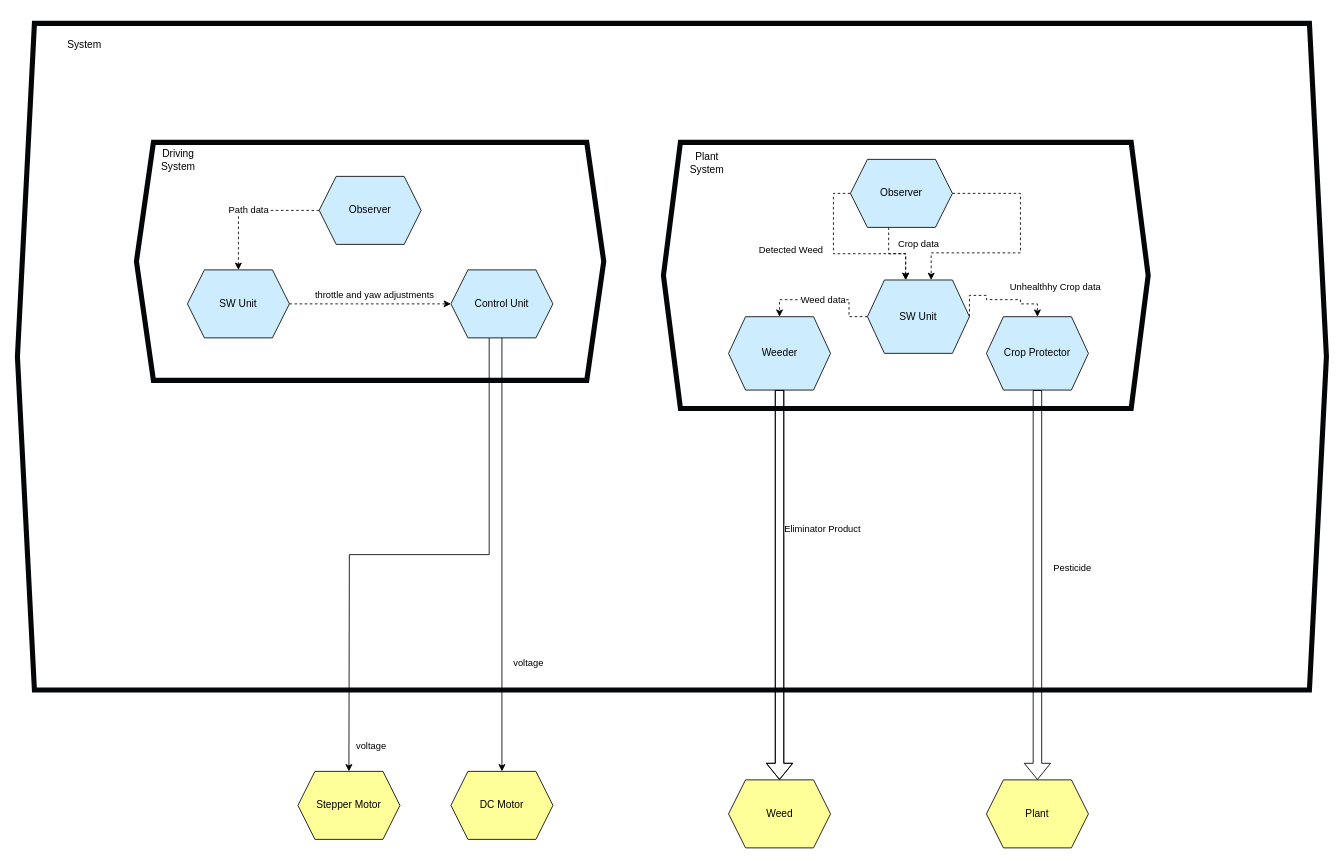
LF-RoGu/MSE_2024 keeps this draw.io diagram as Documentation/editable/CONSENS Active Structure.drawio. Above is the earlier version. Source tidied: cells renumbered, new cells numbered last; positions are measured from the earlier drawing's top-left corner, leaving out a move shared by most shapes. Both pictures are drawn from the tidied source at 85%, with x=0, y=0 at pixel (17, 14).
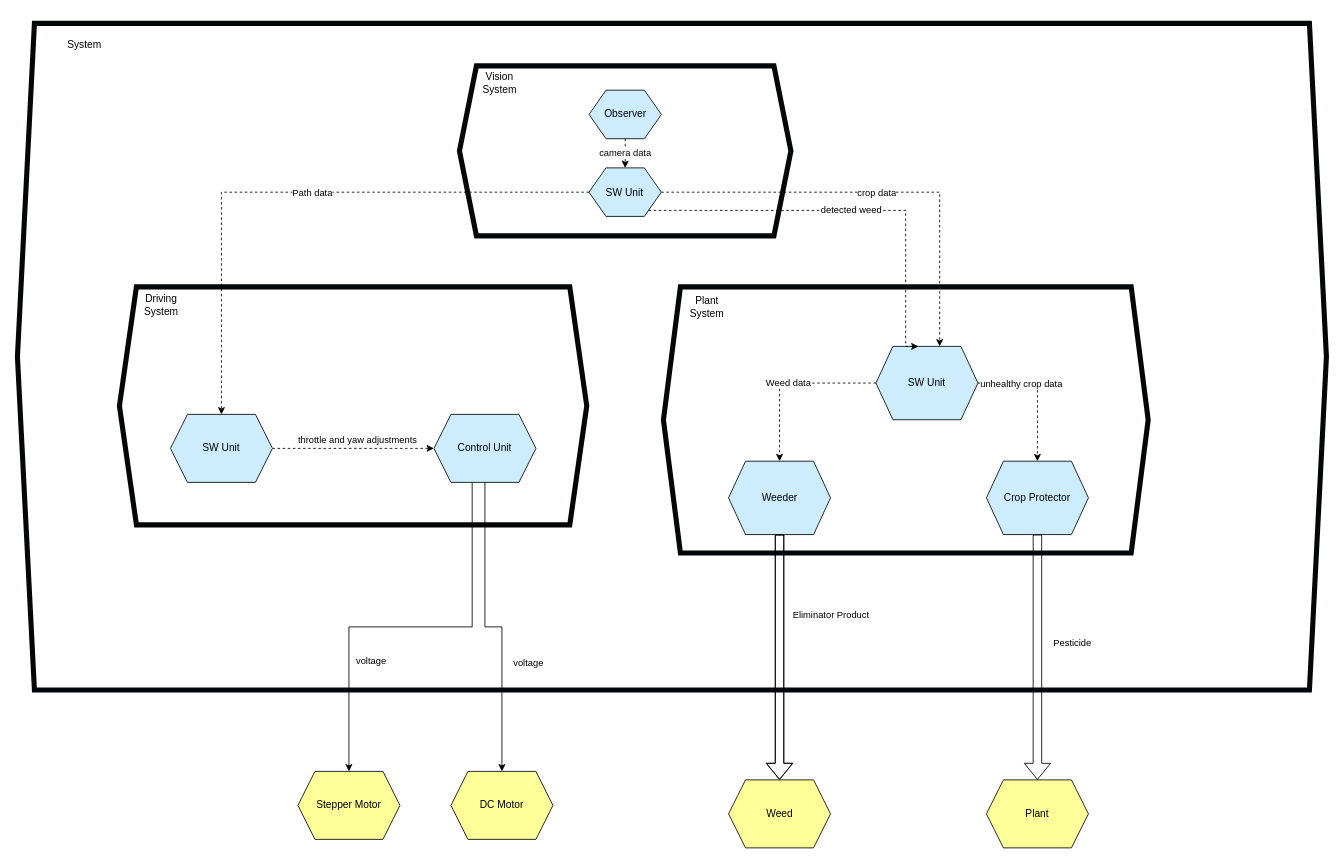
The same diagram, later.

The change refers to these unchanged cells:
```xml
<mxCell id="2" style="shape=hexagon;perimeter=hexagonPerimeter2;whiteSpace=wrap;html=1;fixedSize=1;fillColor=none;strokeColor=#040608;strokeWidth=6;perimeterSpacing=15;rounded=0;shadow=0;fixDash=0;backgroundOutline=0;" parent="1" vertex="1">
  <mxGeometry y="10" width="1540" height="784.3" as="geometry" />
</mxCell>
<mxCell id="11" value="Crop Protector" style="shape=hexagon;perimeter=hexagonPerimeter2;whiteSpace=wrap;html=1;fixedSize=1;fillColor=#cdedff;strokeColor=#040608;" parent="4" vertex="1">
  <mxGeometry x="380" y="205.1" width="120" height="86.3" as="geometry" />
</mxCell>
<mxCell id="18" value="Control Unit" style="shape=hexagon;perimeter=hexagonPerimeter2;whiteSpace=wrap;html=1;fixedSize=1;fillColor=#cdedff;strokeColor=#040608;" parent="12" vertex="1">
  <mxGeometry x="370" y="150" width="120" height="80" as="geometry" />
</mxCell>
<mxCell id="20" value="SW Unit" style="shape=hexagon;perimeter=hexagonPerimeter2;whiteSpace=wrap;html=1;fixedSize=1;fillColor=#cdedff;strokeColor=#040608;" parent="12" vertex="1">
  <mxGeometry x="60" y="150" width="120" height="80" as="geometry" />
</mxCell>
<mxCell id="27" style="edgeStyle=orthogonalEdgeStyle;rounded=0;jettySize=auto;html=1;entryX=0.5;entryY=0;entryDx=0;entryDy=0;shape=flexArrow;" parent="1" edge="1" source="10" target="29">
  <mxGeometry relative="1" as="geometry" />
</mxCell>
<mxCell id="30" value="DC Motor" style="shape=hexagon;perimeter=hexagonPerimeter2;whiteSpace=wrap;html=1;fixedSize=1;fillColor=#ffff99;strokeColor=#040608;" parent="1" vertex="1">
  <mxGeometry x="510" y="890" width="120" height="80" as="geometry" />
</mxCell>
<mxCell id="33" value="Stepper Motor" style="shape=hexagon;perimeter=hexagonPerimeter2;whiteSpace=wrap;html=1;fixedSize=1;fillColor=#ffff99;strokeColor=#040608;" parent="1" vertex="1">
  <mxGeometry x="330" y="890" width="120" height="80" as="geometry" />
</mxCell>
```

Diff of the diagram source:
```diff
@@
     <mxCell id="4" style="shape=hexagon;perimeter=hexagonPerimeter2;whiteSpace=wrap;html=1;fixedSize=1;fillColor=none;strokeColor=#040608;strokeWidth=6;perimeterSpacing=15;rounded=0;shadow=0;fixDash=0;backgroundOutline=0;" parent="2" vertex="1">
-      <mxGeometry x="760" y="140" width="570.3" height="313" as="geometry" />
+      <mxGeometry x="760" y="310" width="570.3" height="313" as="geometry" />
     </mxCell>
@@
-    <mxCell id="7" style="edgeStyle=orthogonalEdgeStyle;rounded=0;jettySize=auto;html=1;exitX=1;exitY=0.5;exitDx=0;exitDy=0;entryX=0.5;entryY=0;entryDx=0;entryDy=0;dashed=1;" parent="4" edge="1" source="9" target="11">
-      <mxGeometry relative="1" as="geometry">
-        <Array as="points">
-          <mxPoint x="360" y="180" />
-          <mxPoint x="380" y="180" />
-          <mxPoint x="380" y="185" />
-          <mxPoint x="420" y="185" />
-          <mxPoint x="420" y="190" />
-          <mxPoint x="440" y="190" />
-        </Array>
-      </mxGeometry>
+    <mxCell id="7" style="edgeStyle=orthogonalEdgeStyle;rounded=0;jettySize=auto;html=1;entryX=0.5;entryY=0;entryDx=0;entryDy=0;dashed=1;" parent="4" edge="1" source="9" target="11">
+      <mxGeometry relative="1" as="geometry" />
     </mxCell>
-    <mxCell id="8" value="Unhealthhy Crop data" style="edgeLabel;html=1;align=center;verticalAlign=middle;" parent="7" vertex="1">
-      <mxGeometry x="-0.31" y="2" relative="1" as="geometry">
-        <mxPoint x="78" y="-10" as="offset" />
-      </mxGeometry>
-    </mxCell>
+    <mxCell id="37" value="unhealthy crop data" style="edgeLabel;html=1;align=center;verticalAlign=middle;" parent="7" vertex="1">
+      <mxGeometry x="-0.37" relative="1" as="geometry" />
+    </mxCell>
     <mxCell id="9" value="SW Unit" style="shape=hexagon;perimeter=hexagonPerimeter2;whiteSpace=wrap;html=1;fixedSize=1;fillColor=#cdedff;strokeColor=#040608;" parent="4" vertex="1">
-      <mxGeometry x="240" y="161.9" width="120" height="86.3" as="geometry" />
+      <mxGeometry x="250" y="70" width="120" height="86.3" as="geometry" />
     </mxCell>
@@
     <mxCell id="12" style="shape=hexagon;perimeter=hexagonPerimeter2;whiteSpace=wrap;html=1;fixedSize=1;fillColor=none;strokeColor=#040608;strokeWidth=6;perimeterSpacing=15;rounded=0;shadow=0;fixDash=0;backgroundOutline=0;" parent="2" vertex="1">
-      <mxGeometry x="140" y="140" width="549.8" height="280" as="geometry" />
+      <mxGeometry x="120" y="310" width="549.8" height="280" as="geometry" />
     </mxCell>
@@
-    <mxCell id="14" value="Path data" style="edgeStyle=orthogonalEdgeStyle;rounded=0;jettySize=auto;html=1;entryX=0.5;entryY=0;entryDx=0;entryDy=0;dashed=1;" parent="12" edge="1" source="15" target="20">
-      <mxGeometry relative="1" as="geometry" />
-    </mxCell>
-    <mxCell id="15" value="Observer" style="shape=hexagon;perimeter=hexagonPerimeter2;whiteSpace=wrap;html=1;fixedSize=1;fillColor=#cdedff;strokeColor=#040608;" parent="12" vertex="1">
-      <mxGeometry x="215" y="40" width="120" height="80" as="geometry" />
-    </mxCell>
-    <mxCell id="16" style="edgeStyle=orthogonalEdgeStyle;rounded=0;jettySize=auto;html=1;exitX=0.375;exitY=1;exitDx=0;exitDy=0;startArrow=none;startFill=0;" parent="12" edge="1" source="18">
-      <mxGeometry relative="1" as="geometry">
-        <mxPoint x="250" y="740" as="targetPoint" />
-      </mxGeometry>
-    </mxCell>
-    <mxCell id="17" value="voltage" style="edgeLabel;html=1;align=center;verticalAlign=middle;" parent="16" vertex="1">
-      <mxGeometry x="0.45" y="2" relative="1" as="geometry">
-        <mxPoint x="23" y="155" as="offset" />
-      </mxGeometry>
-    </mxCell>
@@
-    <mxCell id="21" style="edgeStyle=orthogonalEdgeStyle;rounded=0;jettySize=auto;html=1;dashed=1;exitX=0;exitY=0.5;exitDx=0;exitDy=0;entryX=0.375;entryY=0;entryDx=0;entryDy=0;" parent="1" edge="1" source="25" target="9">
-      <mxGeometry relative="1" as="geometry" />
-    </mxCell>
-    <mxCell id="22" value="Detected Weed" style="edgeLabel;html=1;align=center;verticalAlign=middle;" parent="21" vertex="1">
-      <mxGeometry y="2" relative="1" as="geometry">
-        <mxPoint x="-63" y="-3" as="offset" />
-      </mxGeometry>
-    </mxCell>
-    <mxCell id="23" style="edgeStyle=orthogonalEdgeStyle;rounded=0;jettySize=auto;html=1;entryX=0.625;entryY=0;entryDx=0;entryDy=0;dashed=1;" parent="1" edge="1" source="25" target="9">
-      <mxGeometry relative="1" as="geometry">
-        <Array as="points">
-          <mxPoint x="1180" y="210" />
-          <mxPoint x="1180" y="280" />
-          <mxPoint x="1075" y="280" />
-        </Array>
-      </mxGeometry>
-    </mxCell>
-    <mxCell id="24" value="Crop data" style="edgeStyle=orthogonalEdgeStyle;rounded=0;jettySize=auto;html=1;exitX=0.375;exitY=1;exitDx=0;exitDy=0;entryX=0.375;entryY=0;entryDx=0;entryDy=0;dashed=1;" parent="1" edge="1" source="25" target="9">
-      <mxGeometry x="0.25" y="19" relative="1" as="geometry">
-        <mxPoint x="-4" y="-11" as="offset" />
-      </mxGeometry>
-    </mxCell>
-    <mxCell id="25" value="Observer" style="shape=hexagon;perimeter=hexagonPerimeter2;whiteSpace=wrap;html=1;fixedSize=1;fillColor=#cdedff;strokeColor=#040608;" parent="1" vertex="1">
-      <mxGeometry x="980" y="170" width="120" height="80" as="geometry" />
-    </mxCell>
+    <mxCell id="38" style="shape=hexagon;perimeter=hexagonPerimeter2;whiteSpace=wrap;html=1;fixedSize=1;fillColor=none;strokeColor=#040608;strokeWidth=6;perimeterSpacing=15;rounded=0;shadow=0;fixDash=0;backgroundOutline=0;" parent="2" vertex="1">
+      <mxGeometry x="520" y="50" width="390" height="200" as="geometry" />
+    </mxCell>
+    <mxCell id="39" value="Vision&lt;div&gt;System&lt;/div&gt;" style="text;html=1;align=center;verticalAlign=middle;whiteSpace=wrap;rounded=0;" parent="38" vertex="1">
+      <mxGeometry x="30" y="10.4" width="34.9" height="18.2" as="geometry" />
+    </mxCell>
+    <mxCell id="40" value="camera data" style="edgeStyle=orthogonalEdgeStyle;rounded=0;jettySize=auto;html=1;entryX=0.5;entryY=0;entryDx=0;entryDy=0;dashed=1;" parent="38" edge="1" source="41" target="42">
+      <mxGeometry relative="1" as="geometry" />
+    </mxCell>
+    <mxCell id="41" value="Observer" style="shape=hexagon;perimeter=hexagonPerimeter2;whiteSpace=wrap;html=1;fixedSize=1;fillColor=#cdedff;strokeColor=#040608;" parent="38" vertex="1">
+      <mxGeometry x="152.5" y="28.6" width="85.1" height="57.1" as="geometry" />
+    </mxCell>
+    <mxCell id="42" value="SW Unit" style="shape=hexagon;perimeter=hexagonPerimeter2;whiteSpace=wrap;html=1;fixedSize=1;fillColor=#cdedff;strokeColor=#040608;" parent="38" vertex="1">
+      <mxGeometry x="152.4" y="120" width="85.1" height="57.1" as="geometry" />
+    </mxCell>
+    <mxCell id="43" style="edgeStyle=orthogonalEdgeStyle;rounded=0;jettySize=auto;html=1;entryX=0.5;entryY=0;entryDx=0;entryDy=0;dashed=1;" parent="2" edge="1" source="42" target="20">
+      <mxGeometry relative="1" as="geometry" />
+    </mxCell>
+    <mxCell id="14" value="Path data" style="edgeLabel;html=1;align=center;verticalAlign=middle;" parent="43" vertex="1">
+      <mxGeometry x="-0.06" y="1" relative="1" as="geometry" />
+    </mxCell>
+    <mxCell id="44" value="crop data" style="edgeStyle=orthogonalEdgeStyle;rounded=0;jettySize=auto;html=1;entryX=0.625;entryY=0;entryDx=0;entryDy=0;dashed=1;" parent="2" edge="1" source="42" target="9">
+      <mxGeometry relative="1" as="geometry" />
+    </mxCell>
+    <mxCell id="45" value="detected weed" style="edgeStyle=orthogonalEdgeStyle;rounded=0;jettySize=auto;html=1;dashed=1;" parent="2" edge="1" source="42">
+      <mxGeometry relative="1" as="geometry">
+        <mxPoint x="1060" y="380" as="targetPoint" />
+        <Array as="points">
+          <mxPoint x="1045" y="220" />
+        </Array>
+      </mxGeometry>
+    </mxCell>
@@
     <mxCell id="28" value="Eliminator Product" style="edgeLabel;html=1;align=center;verticalAlign=middle;" parent="27" vertex="1">
       <mxGeometry x="-0.25" y="4" relative="1" as="geometry">
-        <mxPoint x="46" y="-9" as="offset" />
+        <mxPoint x="56" y="-14" as="offset" />
       </mxGeometry>
     </mxCell>
@@
     <mxCell id="31" style="edgeStyle=orthogonalEdgeStyle;rounded=0;jettySize=auto;html=1;exitX=0.5;exitY=1;exitDx=0;exitDy=0;entryX=0.5;entryY=0;entryDx=0;entryDy=0;" parent="1" edge="1" source="18" target="30">
-      <mxGeometry relative="1" as="geometry" />
+      <mxGeometry relative="1" as="geometry">
+        <Array as="points">
+          <mxPoint x="550" y="720" />
+          <mxPoint x="570" y="720" />
+        </Array>
+      </mxGeometry>
     </mxCell>
     <mxCell id="32" value="voltage" style="edgeLabel;html=1;align=center;verticalAlign=middle;" parent="31" vertex="1">
       <mxGeometry x="0.49" y="2" relative="1" as="geometry">
-        <mxPoint x="28" y="1" as="offset" />
+        <mxPoint x="28" y="-37" as="offset" />
       </mxGeometry>
     </mxCell>
@@
+    <mxCell id="16" style="edgeStyle=orthogonalEdgeStyle;rounded=0;jettySize=auto;html=1;exitX=0.375;exitY=1;exitDx=0;exitDy=0;startArrow=none;startFill=0;entryX=0.5;entryY=0;entryDx=0;entryDy=0;" parent="1" edge="1" source="18" target="33">
+      <mxGeometry relative="1" as="geometry" />
+    </mxCell>
+    <mxCell id="17" value="voltage" style="edgeLabel;html=1;align=center;verticalAlign=middle;" parent="16" vertex="1">
+      <mxGeometry x="0.45" y="2" relative="1" as="geometry">
+        <mxPoint x="23" y="2" as="offset" />
+      </mxGeometry>
+    </mxCell>
```
